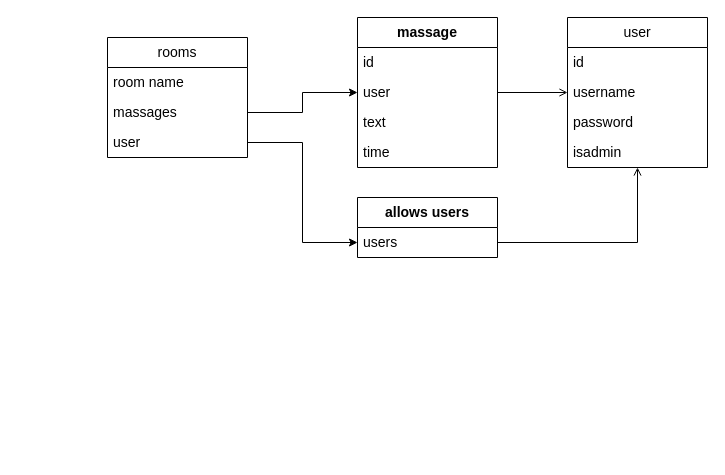
The draw.io diagram Untitled Diagram.drawio in noambaum00/chat, before the edit. Source tidied: cells renumbered, new cells numbered last; positions are measured from the earlier drawing's top-left corner, leaving out a move shared by most shapes. Both pictures are drawn from the tidied source at 100%, with x=0, y=0 at pixel (107, 17).
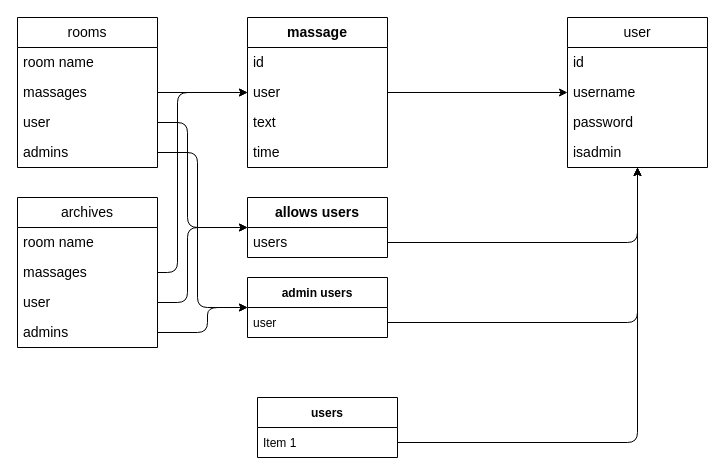
The same diagram, later.

The change refers to these unchanged cells:
```xml
<mxCell id="4" value="massages" style="text;strokeColor=none;fillColor=none;align=left;verticalAlign=middle;spacingLeft=4;spacingRight=4;overflow=hidden;points=[[0,0.5],[1,0.5]];portConstraint=eastwest;whiteSpace=wrap;html=1;fontSize=14;" parent="2" vertex="1">
  <mxGeometry y="60" width="140" height="30" as="geometry" />
</mxCell>
<mxCell id="5" value="user" style="text;strokeColor=none;fillColor=none;align=left;verticalAlign=middle;spacingLeft=4;spacingRight=4;overflow=hidden;points=[[0,0.5],[1,0.5]];portConstraint=eastwest;whiteSpace=wrap;html=1;fontSize=14;" parent="2" vertex="1">
  <mxGeometry y="90" width="140" height="30" as="geometry" />
</mxCell>
<mxCell id="7" value="users" style="text;strokeColor=none;fillColor=none;align=left;verticalAlign=middle;spacingLeft=4;spacingRight=4;overflow=hidden;points=[[0,0.5],[1,0.5]];portConstraint=eastwest;whiteSpace=wrap;html=1;fontSize=14;" parent="6" vertex="1">
  <mxGeometry y="30" width="140" height="30" as="geometry" />
</mxCell>
<mxCell id="10" value="user" style="text;strokeColor=none;fillColor=none;align=left;verticalAlign=middle;spacingLeft=4;spacingRight=4;overflow=hidden;points=[[0,0.5],[1,0.5]];portConstraint=eastwest;whiteSpace=wrap;html=1;fontSize=14;" parent="8" vertex="1">
  <mxGeometry y="60" width="140" height="30" as="geometry" />
</mxCell>
<mxCell id="13" value="user" style="swimlane;fontStyle=0;horizontal=1;startSize=30;whiteSpace=wrap;html=1;strokeColor=default;fontSize=14;fillColor=none;" parent="1" vertex="1">
  <mxGeometry x="460" width="140" height="150" as="geometry" />
</mxCell>
```

What changed in the source:
```diff
@@
     <mxCell id="2" value="rooms" style="swimlane;fontStyle=0;horizontal=1;startSize=30;whiteSpace=wrap;html=1;strokeColor=default;fontSize=14;fillColor=none;" parent="1" vertex="1">
-      <mxGeometry y="20" width="140" height="120" as="geometry" />
+      <mxGeometry x="-90" width="140" height="150" as="geometry" />
     </mxCell>
@@
+    <mxCell id="22" value="admins" style="text;strokeColor=none;fillColor=none;align=left;verticalAlign=middle;spacingLeft=4;spacingRight=4;overflow=hidden;points=[[0,0.5],[1,0.5]];portConstraint=eastwest;whiteSpace=wrap;html=1;fontSize=14;" parent="2" vertex="1">
+      <mxGeometry y="120" width="140" height="30" as="geometry" />
+    </mxCell>
     <mxCell id="6" value="&lt;span style=&quot;font-weight: 700;&quot;&gt;allows users&lt;/span&gt;" style="swimlane;fontStyle=0;horizontal=1;startSize=30;whiteSpace=wrap;html=1;strokeColor=default;fontSize=14;fillColor=none;" parent="1" vertex="1">
-      <mxGeometry x="250" y="180" width="140" height="60" as="geometry" />
+      <mxGeometry x="140" y="180" width="140" height="60" as="geometry" />
     </mxCell>
@@
     <mxCell id="8" value="&lt;span style=&quot;font-weight: 700;&quot;&gt;massage&lt;/span&gt;" style="swimlane;fontStyle=0;horizontal=1;startSize=30;whiteSpace=wrap;html=1;strokeColor=default;fontSize=14;fillColor=none;" parent="1" vertex="1">
-      <mxGeometry x="250" width="140" height="150" as="geometry" />
+      <mxGeometry x="140" width="140" height="150" as="geometry" />
     </mxCell>
@@
+    <mxCell id="23" value="admin users" style="swimlane;fontStyle=1;horizontal=1;startSize=30;" parent="1" vertex="1">
+      <mxGeometry x="140" y="260" width="140" height="60" as="geometry" />
+    </mxCell>
+    <mxCell id="24" value="user" style="text;strokeColor=none;fillColor=none;align=left;verticalAlign=middle;spacingLeft=4;spacingRight=4;overflow=hidden;points=[[0,0.5],[1,0.5]];portConstraint=eastwest;" parent="23" vertex="1">
+      <mxGeometry y="30" width="140" height="30" as="geometry" />
+    </mxCell>
+    <mxCell id="19" style="edgeStyle=none;html=1;exitX=1;exitY=0.5;exitDx=0;exitDy=0;" parent="1" edge="1" source="7" target="13">
+      <mxGeometry relative="1" as="geometry">
+        <Array as="points">
+          <mxPoint x="530" y="225" />
+        </Array>
+      </mxGeometry>
+    </mxCell>
+    <mxCell id="25" style="edgeStyle=none;html=1;exitX=1;exitY=0.5;exitDx=0;exitDy=0;" parent="1" edge="1" source="24" target="13">
+      <mxGeometry relative="1" as="geometry">
+        <Array as="points">
+          <mxPoint x="530" y="305" />
+        </Array>
+      </mxGeometry>
+    </mxCell>
+    <mxCell id="26" value="archives" style="swimlane;fontStyle=0;horizontal=1;startSize=30;whiteSpace=wrap;html=1;strokeColor=default;fontSize=14;fillColor=none;" parent="1" vertex="1">
+      <mxGeometry x="-90" y="180" width="140" height="150" as="geometry" />
+    </mxCell>
+    <mxCell id="27" value="room name" style="text;strokeColor=none;fillColor=none;align=left;verticalAlign=middle;spacingLeft=4;spacingRight=4;overflow=hidden;whiteSpace=wrap;html=1;fontSize=14;" parent="26" vertex="1">
+      <mxGeometry y="30" width="140" height="30" as="geometry" />
+    </mxCell>
+    <mxCell id="28" value="massages" style="text;strokeColor=none;fillColor=none;align=left;verticalAlign=middle;spacingLeft=4;spacingRight=4;overflow=hidden;points=[[0,0.5],[1,0.5]];portConstraint=eastwest;whiteSpace=wrap;html=1;fontSize=14;" parent="26" vertex="1">
+      <mxGeometry y="60" width="140" height="30" as="geometry" />
+    </mxCell>
+    <mxCell id="29" value="user" style="text;strokeColor=none;fillColor=none;align=left;verticalAlign=middle;spacingLeft=4;spacingRight=4;overflow=hidden;points=[[0,0.5],[1,0.5]];portConstraint=eastwest;whiteSpace=wrap;html=1;fontSize=14;" parent="26" vertex="1">
+      <mxGeometry y="90" width="140" height="30" as="geometry" />
+    </mxCell>
+    <mxCell id="30" value="admins" style="text;strokeColor=none;fillColor=none;align=left;verticalAlign=middle;spacingLeft=4;spacingRight=4;overflow=hidden;points=[[0,0.5],[1,0.5]];portConstraint=eastwest;whiteSpace=wrap;html=1;fontSize=14;" parent="26" vertex="1">
+      <mxGeometry y="120" width="140" height="30" as="geometry" />
+    </mxCell>
-    <mxCell id="18" style="edgeStyle=orthogonalEdgeStyle;rounded=0;jettySize=auto;html=1;exitX=1;exitY=0.5;exitDx=0;exitDy=0;fontSize=14;endArrow=open;endFill=0;" parent="1" edge="1" source="10" target="13">
+    <mxCell id="18" style="edgeStyle=none;html=1;exitX=1;exitY=0.5;exitDx=0;exitDy=0;" parent="1" edge="1" source="10" target="13">
       <mxGeometry relative="1" as="geometry" />
     </mxCell>
-    <mxCell id="19" style="edgeStyle=orthogonalEdgeStyle;rounded=0;jettySize=auto;html=1;endArrow=open;endFill=0;" parent="1" edge="1" source="7" target="13">
-      <mxGeometry relative="1" as="geometry" />
-    </mxCell>
-    <mxCell id="20" style="edgeStyle=orthogonalEdgeStyle;rounded=0;jettySize=auto;html=1;exitX=1;exitY=0.5;exitDx=0;exitDy=0;entryX=0;entryY=0.5;entryDx=0;entryDy=0;" parent="1" edge="1" source="5" target="7">
-      <mxGeometry relative="1" as="geometry" />
-    </mxCell>
+    <mxCell id="31" value="users" style="swimlane;fontStyle=1;horizontal=1;startSize=30;" parent="1" vertex="1">
+      <mxGeometry x="150" y="380" width="140" height="60" as="geometry" />
+    </mxCell>
+    <mxCell id="32" value="Item 1" style="text;strokeColor=none;fillColor=none;align=left;verticalAlign=middle;spacingLeft=4;spacingRight=4;overflow=hidden;points=[[0,0.5],[1,0.5]];portConstraint=eastwest;" parent="31" vertex="1">
+      <mxGeometry y="30" width="140" height="30" as="geometry" />
+    </mxCell>
+    <mxCell id="33" style="edgeStyle=none;html=1;exitX=1;exitY=0.5;exitDx=0;exitDy=0;" parent="1" edge="1" source="32" target="13">
+      <mxGeometry relative="1" as="geometry">
+        <Array as="points">
+          <mxPoint x="530" y="425" />
+        </Array>
+      </mxGeometry>
+    </mxCell>
-    <mxCell id="21" style="edgeStyle=orthogonalEdgeStyle;rounded=0;jettySize=auto;html=1;exitX=1;exitY=0.5;exitDx=0;exitDy=0;" parent="1" edge="1" source="4" target="8">
+    <mxCell id="21" style="edgeStyle=none;html=1;exitX=1;exitY=0.5;exitDx=0;exitDy=0;" parent="1" edge="1" source="4" target="8">
       <mxGeometry relative="1" as="geometry" />
     </mxCell>
+    <mxCell id="34" style="edgeStyle=none;html=1;exitX=1;exitY=0.5;exitDx=0;exitDy=0;" parent="1" edge="1" source="28" target="8">
+      <mxGeometry relative="1" as="geometry">
+        <Array as="points">
+          <mxPoint x="70" y="255" />
+          <mxPoint x="70" y="75" />
+        </Array>
+      </mxGeometry>
+    </mxCell>
+    <mxCell id="35" style="edgeStyle=none;html=1;exitX=1;exitY=0.5;exitDx=0;exitDy=0;" parent="1" edge="1" source="29" target="6">
+      <mxGeometry relative="1" as="geometry">
+        <Array as="points">
+          <mxPoint x="80" y="285" />
+          <mxPoint x="80" y="210" />
+        </Array>
+      </mxGeometry>
+    </mxCell>
+    <mxCell id="36" style="edgeStyle=none;html=1;exitX=1;exitY=0.5;exitDx=0;exitDy=0;" parent="1" edge="1" source="5" target="6">
+      <mxGeometry relative="1" as="geometry">
+        <Array as="points">
+          <mxPoint x="80" y="105" />
+          <mxPoint x="80" y="210" />
+        </Array>
+      </mxGeometry>
+    </mxCell>
+    <mxCell id="37" style="edgeStyle=none;html=1;exitX=1;exitY=0.5;exitDx=0;exitDy=0;" parent="1" edge="1" source="22" target="23">
+      <mxGeometry relative="1" as="geometry">
+        <Array as="points">
+          <mxPoint x="90" y="135" />
+          <mxPoint x="90" y="290" />
+        </Array>
+      </mxGeometry>
+    </mxCell>
+    <mxCell id="38" style="edgeStyle=none;html=1;exitX=1;exitY=0.5;exitDx=0;exitDy=0;" parent="1" edge="1" source="30" target="23">
+      <mxGeometry relative="1" as="geometry">
+        <Array as="points">
+          <mxPoint x="100" y="315" />
+          <mxPoint x="100" y="290" />
+        </Array>
+      </mxGeometry>
+    </mxCell>
```
